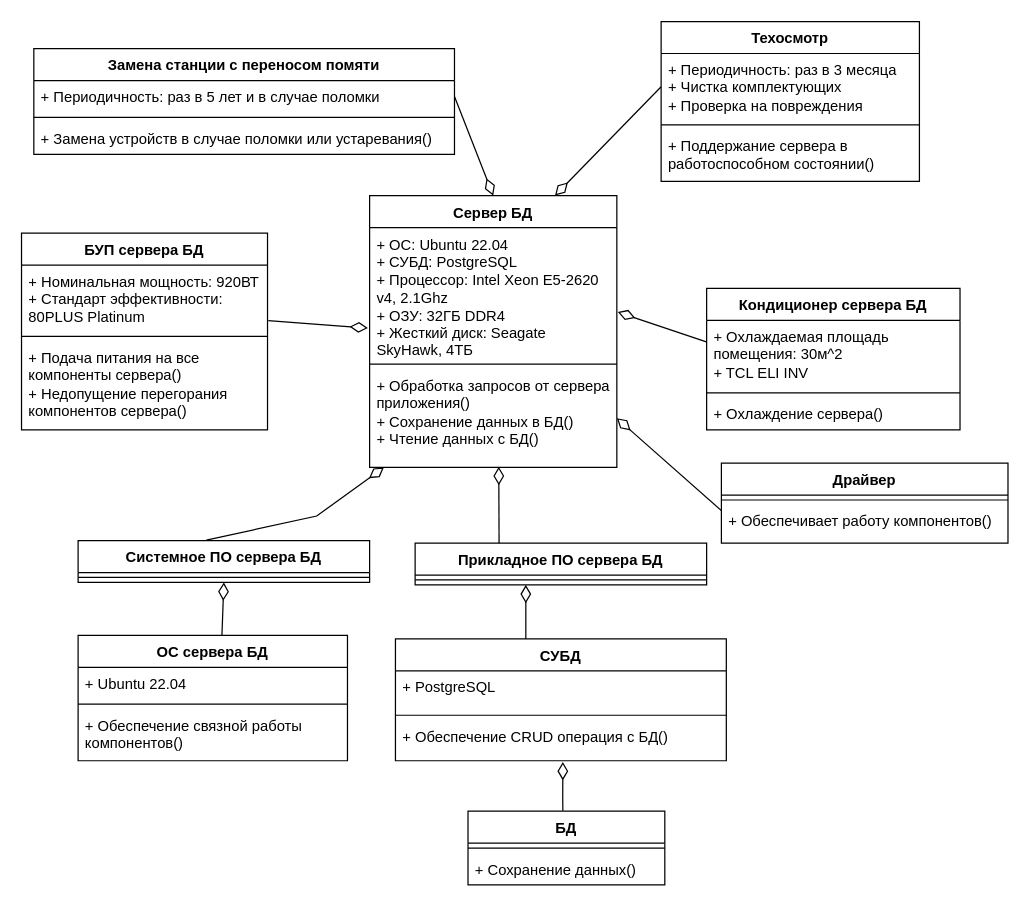
Earlier version of the draw.io diagram Определение модели НООП "Сервер БД".drawio (hiff0/db-city-council). Source tidied: cells renumbered, new cells numbered last; positions are measured from the earlier drawing's top-left corner, leaving out a move shared by most shapes. Both pictures are drawn from the tidied source at 123%, with x=0, y=0 at pixel (21, 21).
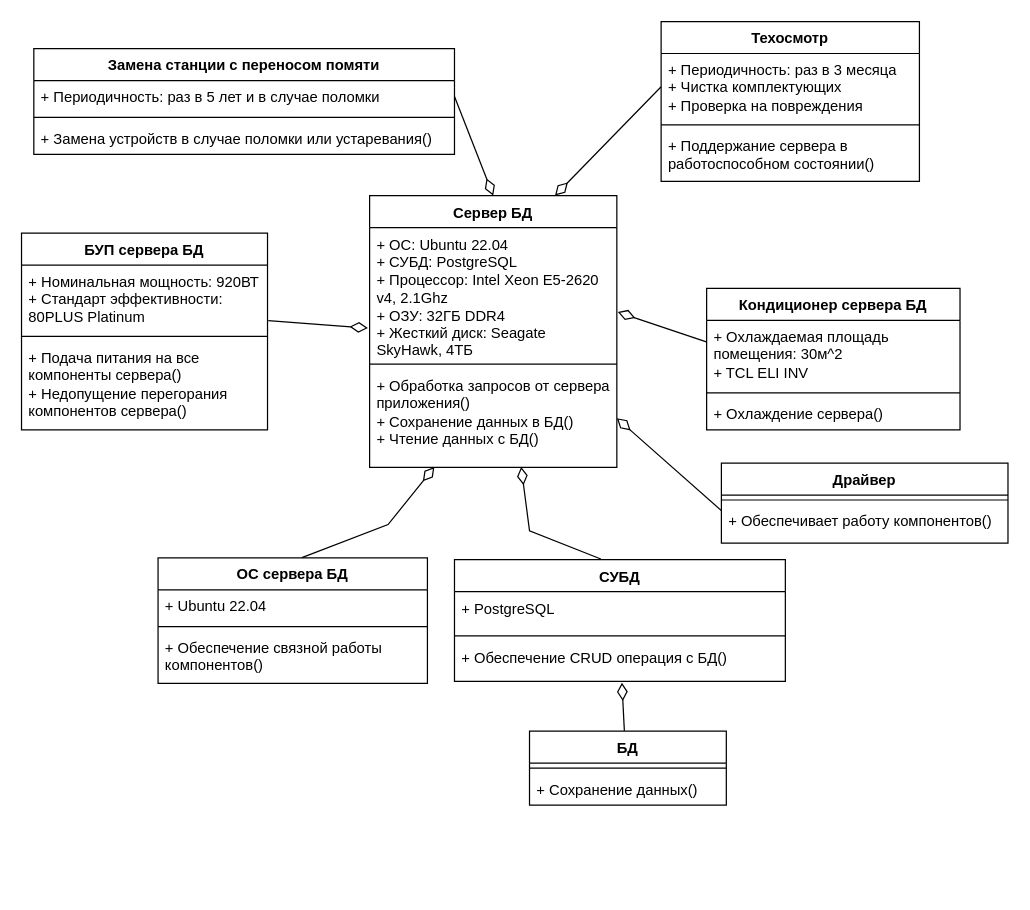
The same diagram, later.

Unchanged cells that the change refers to:
```xml
<mxCell id="5" value="+ Обработка запросов от сервера приложения()&lt;div&gt;+ Сохранение данных в БД()&lt;/div&gt;&lt;div&gt;+ Чтение данных с БД()&lt;/div&gt;" style="text;strokeColor=none;fillColor=none;align=left;verticalAlign=top;spacingLeft=4;spacingRight=4;overflow=hidden;points=[[0,0.5],[1,0.5]];portConstraint=eastwest;whiteSpace=wrap;html=1;" parent="2" vertex="1">
  <mxGeometry y="141" width="201" height="80" as="geometry" />
</mxCell>
<mxCell id="17" value="&lt;div&gt;+ Обеспечение CRUD операция с БД()&lt;/div&gt;" style="text;strokeColor=none;fillColor=none;align=left;verticalAlign=top;spacingLeft=4;spacingRight=4;overflow=hidden;points=[[0,0.5],[1,0.5]];portConstraint=eastwest;whiteSpace=wrap;html=1;" parent="14" vertex="1">
  <mxGeometry y="66" width="269" height="33" as="geometry" />
</mxCell>
```

The edit, as a diff of the source:
```diff
@@
-    <mxCell id="6" value="Системное ПО сервера БД" style="swimlane;fontStyle=1;align=center;verticalAlign=top;horizontal=1;startSize=26;whiteSpace=wrap;html=1;" parent="1" vertex="1">
-      <mxGeometry x="46" y="422" width="237" height="34" as="geometry" />
-    </mxCell>
-    <mxCell id="7" style="line;strokeWidth=1;fillColor=none;align=left;verticalAlign=middle;spacingTop=-1;spacingLeft=3;spacingRight=3;labelPosition=right;strokeColor=inherit;" parent="6" vertex="1">
-      <mxGeometry y="26" width="237" height="8" as="geometry" />
-    </mxCell>
-    <mxCell id="8" value="Прикладное ПО сервера БД" style="swimlane;fontStyle=1;align=center;verticalAlign=top;horizontal=1;startSize=26;whiteSpace=wrap;html=1;" parent="1" vertex="1">
-      <mxGeometry x="320" y="424" width="237" height="34" as="geometry" />
-    </mxCell>
-    <mxCell id="9" style="line;strokeWidth=1;fillColor=none;align=left;verticalAlign=middle;spacingTop=-1;spacingLeft=3;spacingRight=3;labelPosition=right;strokeColor=inherit;" parent="8" vertex="1">
-      <mxGeometry y="26" width="237" height="8" as="geometry" />
-    </mxCell>
     <mxCell id="10" value="ОС сервера БД" style="swimlane;fontStyle=1;align=center;verticalAlign=top;horizontal=1;startSize=26;whiteSpace=wrap;html=1;" parent="1" vertex="1">
-      <mxGeometry x="46" y="499" width="219" height="102" as="geometry" />
+      <mxGeometry x="111" y="436" width="219" height="102" as="geometry" />
     </mxCell>
@@
     <mxCell id="14" value="СУБД" style="swimlane;fontStyle=1;align=center;verticalAlign=top;horizontal=1;startSize=26;whiteSpace=wrap;html=1;" parent="1" vertex="1">
-      <mxGeometry x="304" y="502" width="269" height="99" as="geometry" />
+      <mxGeometry x="352" y="437.5" width="269" height="99" as="geometry" />
     </mxCell>
@@
-    <mxCell id="18" style="endArrow=diamondThin;endFill=0;endSize=12;html=1;rounded=0;entryX=0.5;entryY=1;entryDx=0;entryDy=0;exitX=0.534;exitY=-0.002;exitDx=0;exitDy=0;exitPerimeter=0;" parent="1" edge="1" source="10" target="6">
-      <mxGeometry relative="1" as="geometry" />
+    <mxCell id="18" style="endArrow=diamondThin;endFill=0;endSize=12;html=1;rounded=0;entryX=0.262;entryY=0.995;entryDx=0;entryDy=0;exitX=0.534;exitY=-0.002;exitDx=0;exitDy=0;exitPerimeter=0;entryPerimeter=0;" parent="1" edge="1" source="10" target="5">
+      <mxGeometry relative="1" as="geometry">
+        <Array as="points">
+          <mxPoint x="298" y="409" />
+        </Array>
+      </mxGeometry>
     </mxCell>
-    <mxCell id="19" style="endArrow=diamondThin;endFill=0;endSize=12;html=1;rounded=0;" parent="1" edge="1">
+    <mxCell id="19" style="endArrow=diamondThin;endFill=0;endSize=12;html=1;rounded=0;entryX=0.613;entryY=0.995;entryDx=0;entryDy=0;entryPerimeter=0;" parent="1" edge="1" target="5">
       <mxGeometry relative="1" as="geometry">
-        <mxPoint x="410" y="502" as="sourcePoint" />
-        <mxPoint x="410" y="458" as="targetPoint" />
+        <mxPoint x="471" y="437" as="sourcePoint" />
+        <Array as="points">
+          <mxPoint x="413" y="414" />
+        </Array>
       </mxGeometry>
     </mxCell>
     <mxCell id="20" value="БД" style="swimlane;fontStyle=1;align=center;verticalAlign=top;horizontal=1;startSize=26;whiteSpace=wrap;html=1;" parent="1" vertex="1">
-      <mxGeometry x="363" y="642" width="160" height="60" as="geometry" />
+      <mxGeometry x="413" y="577" width="160" height="60" as="geometry" />
     </mxCell>
@@
     <mxCell id="23" style="endArrow=diamondThin;endFill=0;endSize=12;html=1;rounded=0;entryX=0.506;entryY=1.03;entryDx=0;entryDy=0;entryPerimeter=0;exitX=0.482;exitY=-0.005;exitDx=0;exitDy=0;exitPerimeter=0;" parent="1" edge="1" source="20" target="17">
-      <mxGeometry relative="1" as="geometry">
-        <Array as="points">
-          <mxPoint x="440" y="632" />
-        </Array>
-      </mxGeometry>
+      <mxGeometry relative="1" as="geometry" />
     </mxCell>
@@
-    <mxCell id="28" style="endArrow=diamondThin;endFill=0;endSize=12;html=1;rounded=0;entryX=0.058;entryY=1;entryDx=0;entryDy=0;entryPerimeter=0;exitX=0.44;exitY=-0.01;exitDx=0;exitDy=0;exitPerimeter=0;" parent="1" edge="1" source="6" target="5">
-      <mxGeometry relative="1" as="geometry">
-        <Array as="points">
-          <mxPoint x="240" y="402" />
-        </Array>
-      </mxGeometry>
-    </mxCell>
-    <mxCell id="29" style="endArrow=diamondThin;endFill=0;endSize=12;html=1;rounded=0;exitX=0.288;exitY=0.004;exitDx=0;exitDy=0;exitPerimeter=0;" parent="1" edge="1" source="8">
-      <mxGeometry relative="1" as="geometry">
-        <mxPoint x="388" y="362" as="targetPoint" />
-      </mxGeometry>
-    </mxCell>
```
